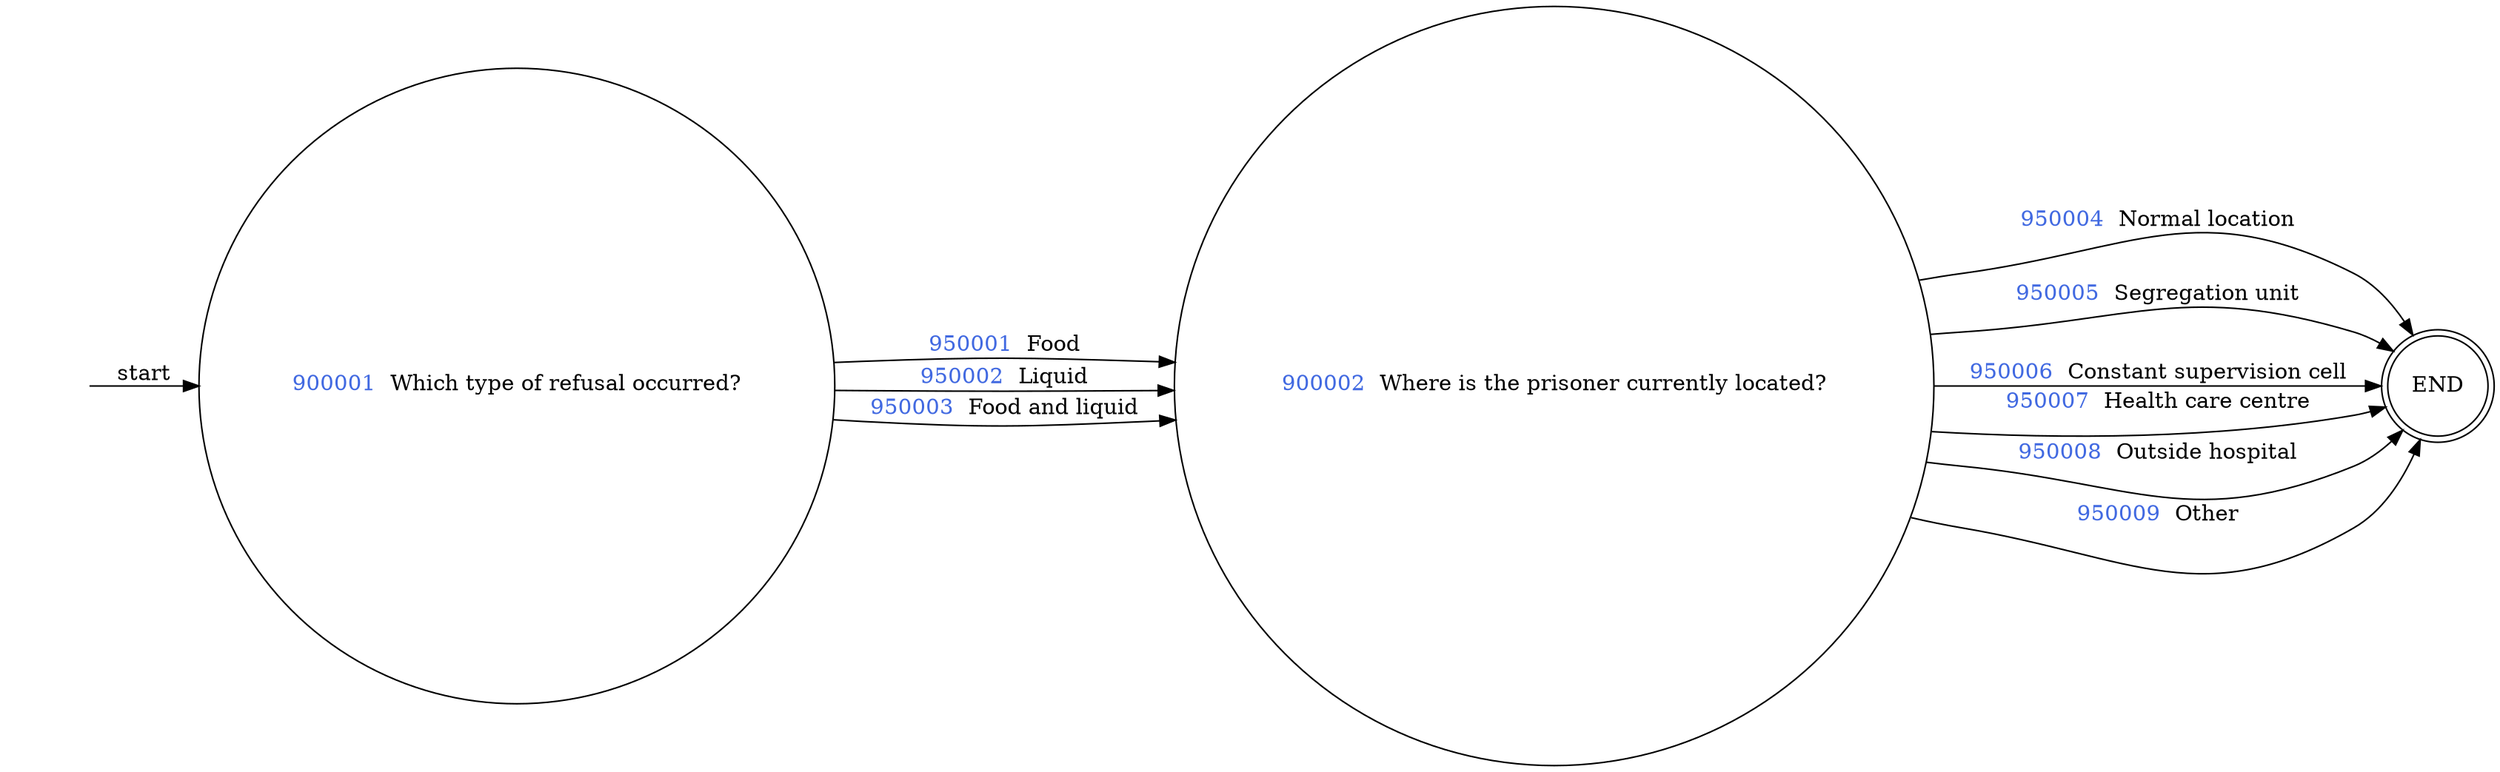
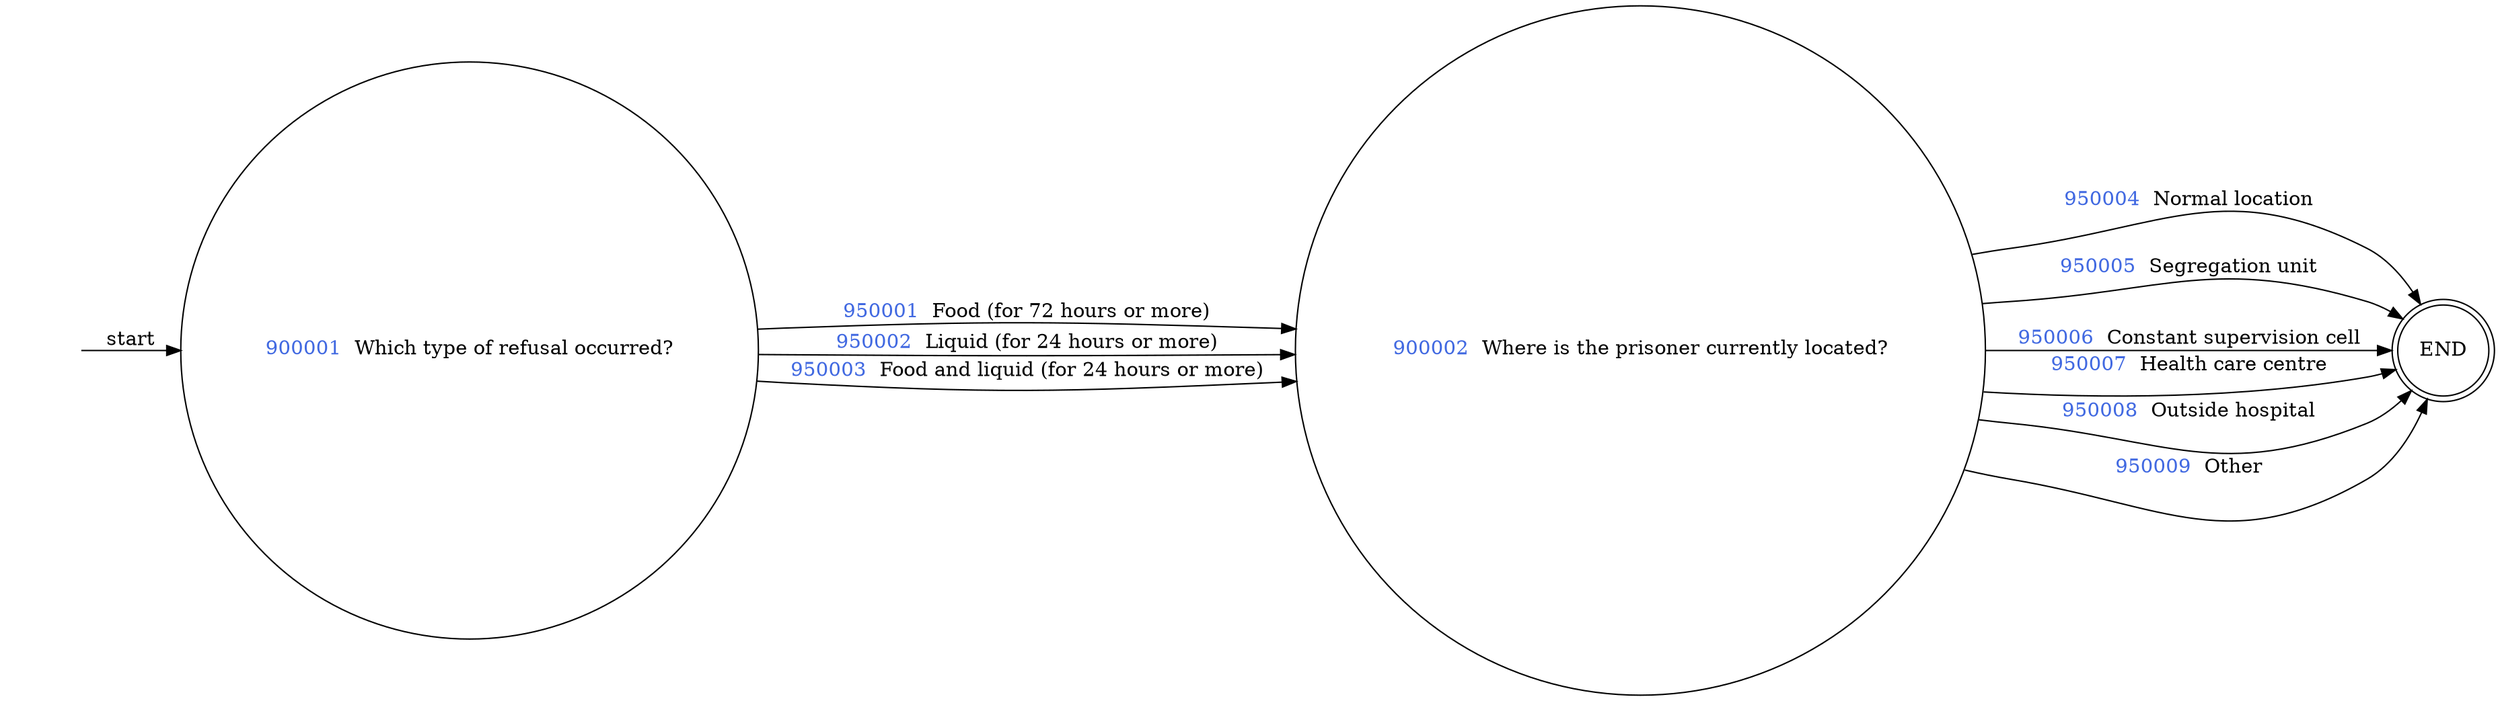
digraph FOOD_REFUSAL_2 {
  rankdir=LR;
  node [shape = circle];

  START_NODE [label="", shape=none];
  START_NODE -> 900001 [label = "start"];
  END_NODE [label="END", shape="doublecircle"];
    900001 [label=< <FONT COLOR="royalblue">900001 </FONT> Which type of refusal occurred? >];
-       900001 -> 900002 [label=< <FONT COLOR="royalblue">950001 </FONT> Food >];
-       900001 -> 900002 [label=< <FONT COLOR="royalblue">950002 </FONT> Liquid >];
-       900001 -> 900002 [label=< <FONT COLOR="royalblue">950003 </FONT> Food and liquid >];
+       900001 -> 900002 [label=< <FONT COLOR="royalblue">950001 </FONT> Food (for 72 hours or more) >];
+       900001 -> 900002 [label=< <FONT COLOR="royalblue">950002 </FONT> Liquid (for 24 hours or more) >];
+       900001 -> 900002 [label=< <FONT COLOR="royalblue">950003 </FONT> Food and liquid (for 24 hours or more) >];
    900002 [label=< <FONT COLOR="royalblue">900002 </FONT> Where is the prisoner currently located? >];
      900002 -> END_NODE [label=< <FONT COLOR="royalblue">950004 </FONT> Normal location >];
      900002 -> END_NODE [label=< <FONT COLOR="royalblue">950005 </FONT> Segregation unit >];
      900002 -> END_NODE [label=< <FONT COLOR="royalblue">950006 </FONT> Constant supervision cell >];
      900002 -> END_NODE [label=< <FONT COLOR="royalblue">950007 </FONT> Health care centre >];
      900002 -> END_NODE [label=< <FONT COLOR="royalblue">950008 </FONT> Outside hospital >];
      900002 -> END_NODE [label=< <FONT COLOR="royalblue">950009 </FONT> Other >];
}
